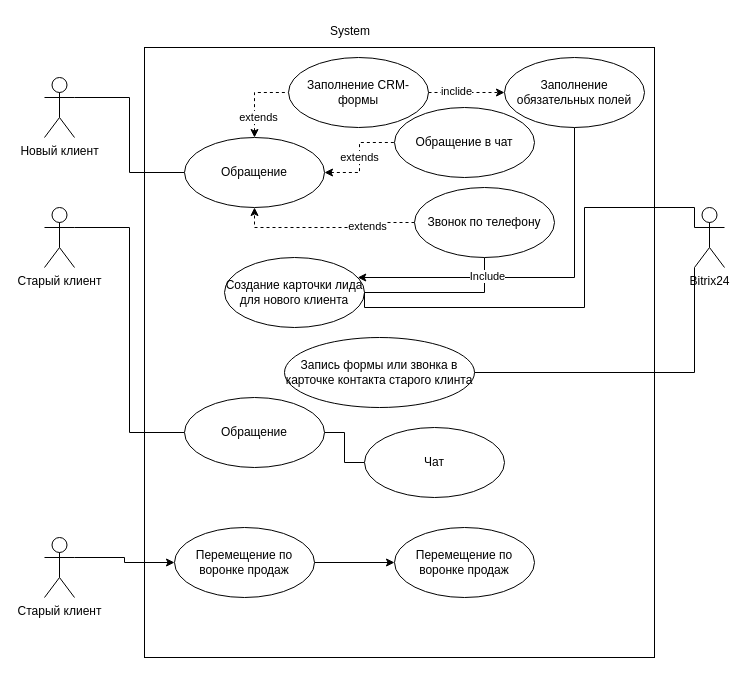
Above: Диаграмма без названия.drawio in A2ZLawyer/ooplesson1 (draw.io), before the change. Source tidied: cells renumbered, new cells numbered last; positions are measured from the earlier drawing's top-left corner, leaving out a move shared by most shapes. Both pictures are drawn from the tidied source at 100%, with x=0, y=0 at pixel (44, 17).
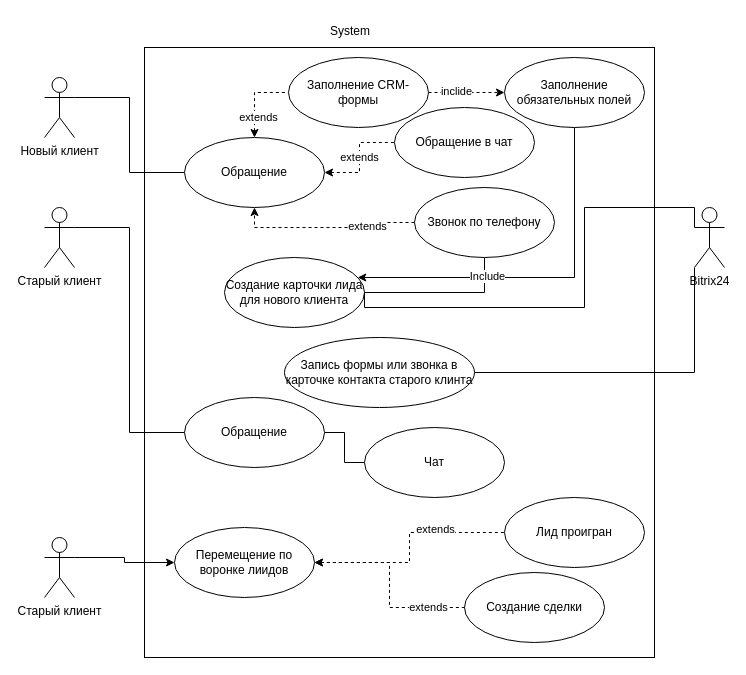
After the change.

What changed in the source:
```diff
@@
-    <mxCell id="33" style="edgeStyle=orthogonalEdgeStyle;rounded=0;jettySize=auto;html=1;startArrow=none;startFill=0;endArrow=classic;endFill=1;" parent="1" edge="1" source="34" target="35">
+    <mxCell id="33" style="edgeStyle=orthogonalEdgeStyle;rounded=0;jettySize=auto;html=1;startArrow=classic;startFill=1;endArrow=none;endFill=0;dashed=1;" parent="1" edge="1" source="34" target="35">
       <mxGeometry relative="1" as="geometry" />
     </mxCell>
+    <mxCell id="36" value="extends" style="edgeLabel;html=1;align=center;verticalAlign=middle;" parent="33" vertex="1">
+      <mxGeometry x="0.36" y="4" relative="1" as="geometry" />
+    </mxCell>
-    <mxCell id="34" value="Перемещение по воронке продаж" style="ellipse;whiteSpace=wrap;html=1;" parent="1" vertex="1">
+    <mxCell id="34" value="Перемещение по воронке лиидов" style="ellipse;whiteSpace=wrap;html=1;" parent="1" vertex="1">
       <mxGeometry x="130" y="510" width="140" height="70" as="geometry" />
     </mxCell>
-    <mxCell id="35" value="Перемещение по воронке продаж" style="ellipse;whiteSpace=wrap;html=1;" parent="1" vertex="1">
-      <mxGeometry x="350" y="510" width="140" height="70" as="geometry" />
+    <mxCell id="35" value="Лид проигран" style="ellipse;whiteSpace=wrap;html=1;" parent="1" vertex="1">
+      <mxGeometry x="460" y="480" width="140" height="70" as="geometry" />
     </mxCell>
+    <mxCell id="37" value="Создание сделки" style="ellipse;whiteSpace=wrap;html=1;" parent="1" vertex="1">
+      <mxGeometry x="420" y="555" width="140" height="70" as="geometry" />
+    </mxCell>
+    <mxCell id="38" style="edgeStyle=orthogonalEdgeStyle;rounded=0;jettySize=auto;html=1;startArrow=classic;startFill=1;endArrow=none;endFill=0;dashed=1;entryX=0;entryY=0.5;entryDx=0;entryDy=0;" parent="1" edge="1" source="34" target="37">
+      <mxGeometry relative="1" as="geometry" />
+    </mxCell>
+    <mxCell id="39" value="extends" style="edgeLabel;html=1;align=center;verticalAlign=middle;" parent="38" vertex="1">
+      <mxGeometry x="0.62" y="1" relative="1" as="geometry" />
+    </mxCell>
```
